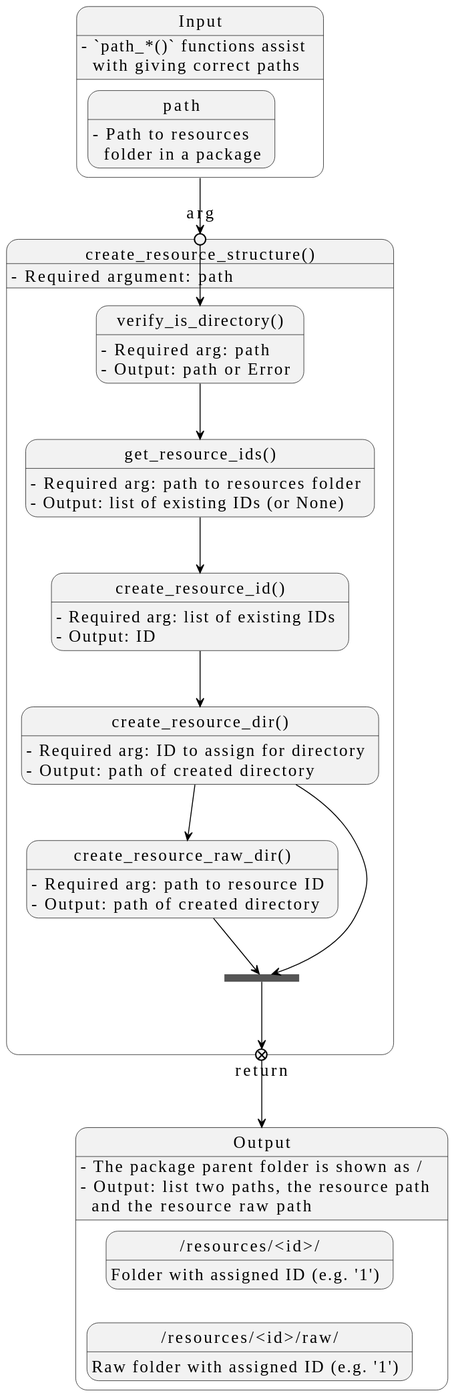
This is docs/design/images/core-python-functions/create-resource-structure.svg from seedcase-project/seedcase-sprout, a PlantUML export, as it was before one commit.
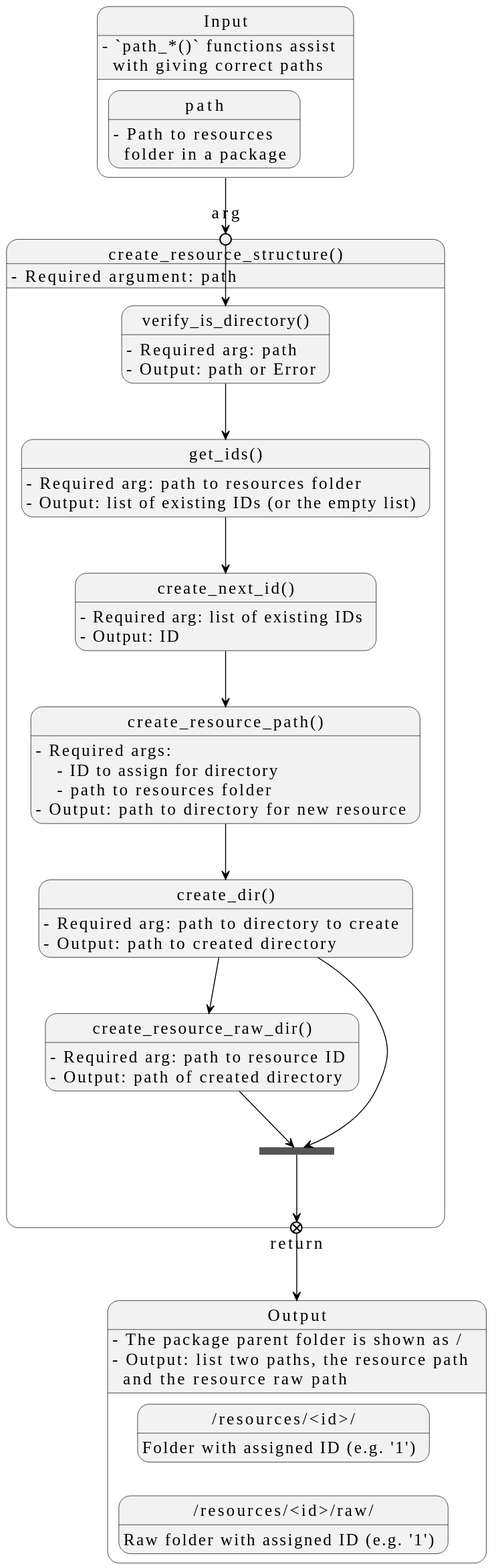
After the change.

Commit message:
docs: :memo: update create-resource-structure diagram

What changed in the source:
```diff
@@ -31,30 +31,35 @@
   vid : - Output: path or Error
   arg --> vid
 
-  state "get_resource_ids()" as gri
-  gri : - Required arg: path to resources folder
-  gri : - Output: list of existing IDs (or None)
-  vid --> gri
+  state "get_ids()" as gi
+  gi : - Required arg: path to resources folder
+  gi : - Output: list of existing IDs (or the empty list)
+  vid --> gi
 
-  state "create_resource_id()" as cri
-  cri : - Required arg: list of existing IDs
-  cri : - Output: ID
-  gri --> cri
+  state "create_next_id()" as cni
+  cni : - Required arg: list of existing IDs
+  cni : - Output: ID
+  gi --> cni
 
-  state "create_resource_dir()" as crd
-  crd : - Required arg: ID to assign for directory
-  crd : - Output: path of created directory
-  cri --> crd
+  state "create_resource_path()" as crp
+  crp : - Required args:\n    - ID to assign for directory\n    - path to resources folder
+  crp : - Output: path to directory for new resource
+  cni --> crp
+
+  state "create_dir()" as cd
+  cd : - Required arg: path to directory to create
+  cd : - Output: path to created directory
+  crp --> cd
 
   state "create_resource_raw_dir()" as crrd
   crrd : - Required arg: path to resource ID
   crrd : - Output: path of created directory
-  crd --> crrd
+  cd --> crrd
 
   state join <<join>>
   state return <<exitPoint>>
   crrd --> join
-  crd --> join
+  cd --> join
   join --> return
   return --> output
 }
```
